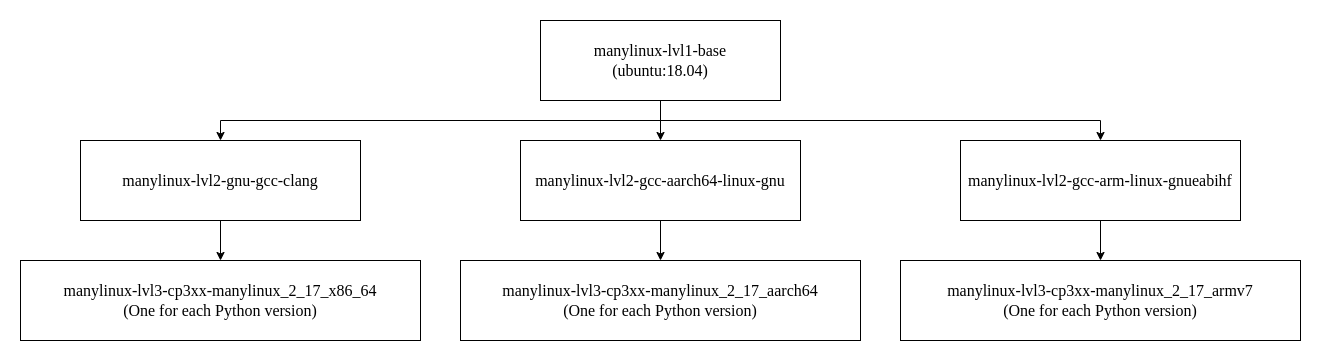
Above: images/manylinux/Docker_layer_graph_manylinux.png in andreslilloortiz/pookie (draw.io), before the change. Source tidied: cells renumbered, new cells last; positions are measured from the earlier drawing's top-left corner, leaving out a move shared by most shapes.
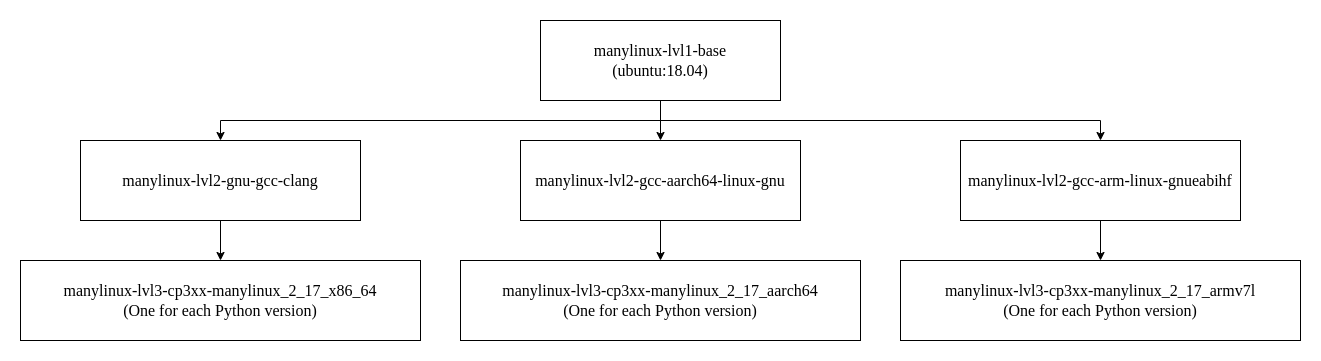
After the change.

What changed in the source:
```diff
@@ -35,7 +35,7 @@
     <mxCell id="12" style="edgeStyle=orthogonalEdgeStyle;rounded=0;jettySize=auto;html=1;exitX=0.5;exitY=1;exitDx=0;exitDy=0;entryX=0.5;entryY=0;entryDx=0;entryDy=0;fontSize=16;fontColor=default;fontFamily=Times New Roman;" parent="1" edge="1" source="3" target="11">
       <mxGeometry relative="1" as="geometry" />
     </mxCell>
-    <mxCell id="13" value="&lt;font&gt;manylinux-&lt;span style=&quot;&quot;&gt;lvl3&lt;/span&gt;-&lt;span style=&quot;&quot;&gt;cp3xx-manylinux_2_17&lt;/span&gt;&lt;/font&gt;_armv7&lt;div&gt;&lt;font&gt;(One for each Python version)&lt;/font&gt;&lt;/div&gt;" style="rounded=0;whiteSpace=wrap;html=1;strokeColor=default;fontSize=16;fontColor=default;fontFamily=Times New Roman;" parent="1" vertex="1">
+    <mxCell id="13" value="&lt;font&gt;manylinux-&lt;span style=&quot;&quot;&gt;lvl3&lt;/span&gt;-&lt;span style=&quot;&quot;&gt;cp3xx-manylinux_2_17&lt;/span&gt;&lt;/font&gt;_armv7l&lt;div&gt;&lt;font&gt;(One for each Python version)&lt;/font&gt;&lt;/div&gt;" style="rounded=0;whiteSpace=wrap;html=1;strokeColor=default;fontSize=16;fontColor=default;fontFamily=Times New Roman;" parent="1" vertex="1">
       <mxGeometry x="880" y="240" width="400" height="80" as="geometry" />
     </mxCell>
     <mxCell id="14" style="edgeStyle=orthogonalEdgeStyle;rounded=0;jettySize=auto;html=1;exitX=0.5;exitY=1;exitDx=0;exitDy=0;entryX=0.5;entryY=0;entryDx=0;entryDy=0;fontSize=16;fontColor=default;fontFamily=Times New Roman;" parent="1" edge="1" source="11" target="13">
```
